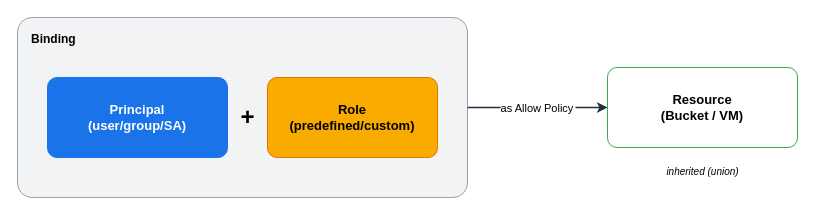
Before: assets/img/gcp/gcp-iam-model.drawio in KKamJi98/kkamji98.github.io, a draw.io diagram. Source tidied: cells renumbered, new cells numbered last; positions are measured from the earlier drawing's top-left corner, leaving out a move shared by most shapes. Both pictures are drawn from the tidied source at 100%, with x=0, y=0 at pixel (17, 17).
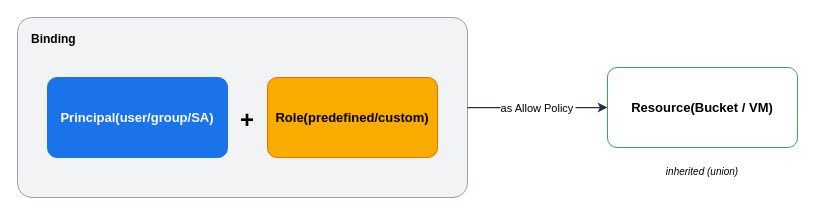
The same diagram, later.

What changed in the source:
```diff
@@
 <mxGraphModel background="#FFFFFF">
   <root>
     <mxCell id="0" />
     <mxCell id="1" parent="0" />
-    <mxCell id="2" value="Binding" style="rounded=1;arcSize=8;whiteSpace=wrap;html=1;fillColor=#F1F3F4;strokeColor=#9AA0A6;fontColor=#000000;fontSize=12;fontStyle=1;verticalAlign=top;align=left;spacingLeft=12;spacingTop=8;" parent="1" vertex="1">
+    <mxCell id="2" value="Binding" style="rounded=1;arcSize=8;whiteSpace=wrap;html=0;fillColor=#F1F3F4;strokeColor=#9AA0A6;fontColor=#000000;fontSize=12;fontStyle=1;verticalAlign=top;align=left;spacingLeft=12;spacingTop=8;" parent="1" vertex="1">
       <mxGeometry width="450" height="180" as="geometry" />
     </mxCell>
-    <mxCell id="3" value="Principal&lt;br&gt;(user/group/SA)" style="rounded=1;arcSize=12;whiteSpace=wrap;html=1;fillColor=#1A73E8;strokeColor=#1A73E8;fontColor=#FFFFFF;fontSize=13;fontStyle=1;verticalAlign=middle;align=center;" parent="1" vertex="1">
+    <mxCell id="3" value="Principal(user/group/SA)" style="rounded=1;arcSize=12;whiteSpace=wrap;html=0;fillColor=#1A73E8;strokeColor=#1A73E8;fontColor=#FFFFFF;fontSize=13;fontStyle=1;verticalAlign=middle;align=center;" parent="1" vertex="1">
       <mxGeometry x="30" y="60" width="180" height="80" as="geometry" />
     </mxCell>
-    <mxCell id="4" value="+" style="text;html=1;align=center;verticalAlign=middle;fontColor=#000000;fontSize=24;fontStyle=1;" parent="1" vertex="1">
+    <mxCell id="4" value="+" style="text;html=0;align=center;verticalAlign=middle;fontColor=#000000;fontSize=24;fontStyle=1;" parent="1" vertex="1">
       <mxGeometry x="212" y="80" width="36" height="40" as="geometry" />
     </mxCell>
-    <mxCell id="5" value="Role&lt;br&gt;(predefined/custom)" style="rounded=1;arcSize=12;whiteSpace=wrap;html=1;fillColor=#F9AB00;strokeColor=#E37400;fontColor=#000000;fontSize=13;fontStyle=1;verticalAlign=middle;align=center;" parent="1" vertex="1">
+    <mxCell id="5" value="Role(predefined/custom)" style="rounded=1;arcSize=12;whiteSpace=wrap;html=0;fillColor=#F9AB00;strokeColor=#E37400;fontColor=#000000;fontSize=13;fontStyle=1;verticalAlign=middle;align=center;" parent="1" vertex="1">
       <mxGeometry x="250" y="60" width="170" height="80" as="geometry" />
     </mxCell>
-    <mxCell id="6" value="Resource&lt;br&gt;(Bucket / VM)" style="rounded=1;arcSize=12;whiteSpace=wrap;html=1;fillColor=#FFFFFF;strokeColor=#34A853;fontColor=#000000;fontSize=13;fontStyle=1;verticalAlign=middle;align=center;" parent="1" vertex="1">
+    <mxCell id="6" value="Resource(Bucket / VM)" style="rounded=1;arcSize=12;whiteSpace=wrap;html=0;fillColor=#FFFFFF;strokeColor=#34A853;fontColor=#000000;fontSize=13;fontStyle=1;verticalAlign=middle;align=center;" parent="1" vertex="1">
       <mxGeometry x="590" y="50" width="190" height="80" as="geometry" />
     </mxCell>
-    <mxCell id="7" value="inherited (union)" style="text;html=1;align=center;verticalAlign=middle;fontColor=#000000;fontSize=10;fontStyle=2;" parent="1" vertex="1">
+    <mxCell id="7" value="inherited (union)" style="text;html=0;align=center;verticalAlign=middle;fontColor=#000000;fontSize=10;fontStyle=2;" parent="1" vertex="1">
       <mxGeometry x="570" y="142" width="230" height="24" as="geometry" />
     </mxCell>
-    <mxCell id="8" value="as Allow Policy" style="edgeStyle=orthogonalEdgeStyle;html=0;rounded=0;strokeColor=#232F3E;strokeWidth=1.5;fontColor=#000000;labelBackgroundColor=#FFFFFF;endArrow=classic;exitX=1;exitY=0.5;exitDx=0;exitDy=0;entryX=0;entryY=0.5;entryDx=0;entryDy=0;" parent="1" edge="1" source="2" target="6">
+    <mxCell id="8" value="as Allow Policy" style="edgeStyle=orthogonalEdgeStyle;html=0;rounded=0;strokeColor=#232F3E;strokeWidth=1.25;fontColor=#000000;labelBackgroundColor=#FFFFFF;endArrow=classic;exitX=1;exitY=0.5;exitDx=0;exitDy=0;entryX=0;entryY=0.5;entryDx=0;entryDy=0;" parent="1" edge="1" source="2" target="6">
       <mxGeometry relative="1" as="geometry" />
     </mxCell>
   </root>
 </mxGraphModel>
```
